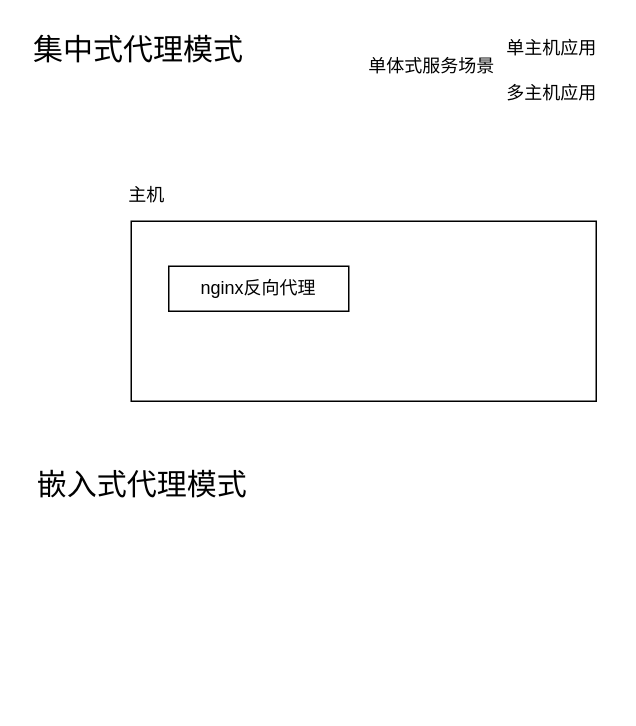
The draw.io diagram 未命名绘图.drawio in except-xu/draw.io, before the edit. Source tidied: cells renumbered, new cells numbered last; positions are measured from the earlier drawing's top-left corner, leaving out a move shared by most shapes. Both pictures are drawn from the tidied source at 150%, with x=0, y=0 at pixel (26, 26).
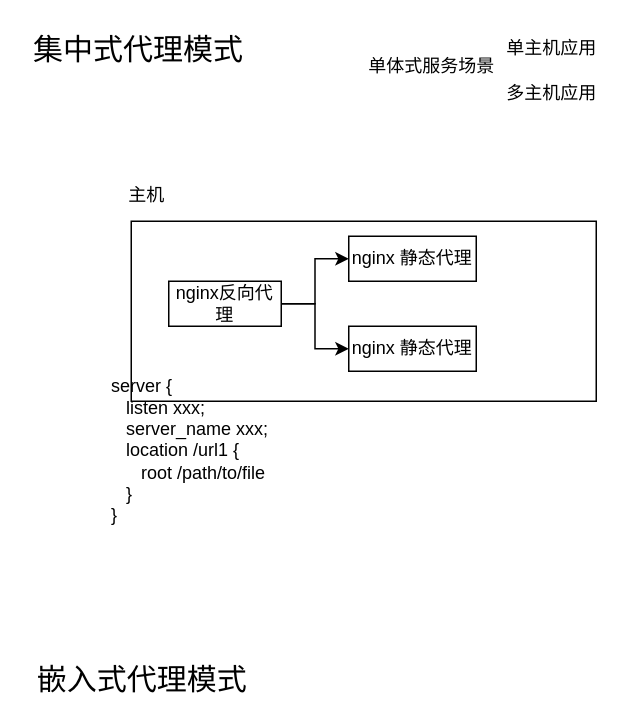
The same diagram, later.

Commit message (it also covers changes not shown here):
更新未命名绘图.drawio

What changed in the source:
```diff
@@
 <mxGraphModel>
   <root>
     <mxCell id="0" />
     <mxCell id="1" parent="0" />
     <mxCell id="2" value="&lt;div style=&quot;font-size: 20px;&quot;&gt;集中式代理模式&lt;/div&gt;" style="rounded=0;whiteSpace=wrap;html=1;labelBackgroundColor=default;strokeColor=none;opacity=0;fontSize=20;" parent="1" vertex="1">
       <mxGeometry width="150" height="30" as="geometry" />
     </mxCell>
     <mxCell id="3" value="&lt;div style=&quot;font-size: 20px;&quot;&gt;嵌入式代理模式&lt;/div&gt;" style="rounded=0;whiteSpace=wrap;html=1;labelBackgroundColor=default;strokeColor=none;opacity=0;" parent="1" vertex="1">
-      <mxGeometry y="290" width="155" height="30" as="geometry" />
+      <mxGeometry y="420" width="155" height="30" as="geometry" />
     </mxCell>
     <mxCell id="4" value="单体式服务场景" style="text;html=1;align=center;verticalAlign=middle;strokeColor=none;fillColor=none;" parent="1" vertex="1">
       <mxGeometry x="215" y="12" width="110" height="30" as="geometry" />
     </mxCell>
     <mxCell id="5" value="单主机应用" style="text;html=1;align=center;verticalAlign=middle;strokeColor=none;fillColor=none;" parent="1" vertex="1">
       <mxGeometry x="310" width="80" height="30" as="geometry" />
     </mxCell>
     <mxCell id="6" value="多主机应用" style="text;html=1;align=center;verticalAlign=middle;strokeColor=none;fillColor=none;" parent="1" vertex="1">
       <mxGeometry x="310" y="30" width="80" height="30" as="geometry" />
     </mxCell>
     <mxCell id="7" style="whiteSpace=wrap;html=1;" parent="1" vertex="1">
       <mxGeometry x="70" y="130" width="310" height="120" as="geometry" />
     </mxCell>
     <mxCell id="8" value="主机" style="text;html=1;align=center;verticalAlign=middle;strokeColor=none;fillColor=none;" parent="1" vertex="1">
       <mxGeometry x="55" y="98" width="50" height="30" as="geometry" />
     </mxCell>
+    <mxCell id="10" style="edgeStyle=orthogonalEdgeStyle;rounded=0;jettySize=auto;html=1;exitX=1;exitY=0.5;exitDx=0;exitDy=0;entryX=0;entryY=0.5;entryDx=0;entryDy=0;" parent="1" edge="1" source="9" target="12">
+      <mxGeometry relative="1" as="geometry" />
+    </mxCell>
+    <mxCell id="11" style="edgeStyle=orthogonalEdgeStyle;rounded=0;jettySize=auto;html=1;entryX=0;entryY=0.5;entryDx=0;entryDy=0;" parent="1" edge="1" source="9" target="13">
+      <mxGeometry relative="1" as="geometry" />
+    </mxCell>
     <mxCell id="9" value="nginx反向代理" style="rounded=0;whiteSpace=wrap;html=1;" parent="1" vertex="1">
-      <mxGeometry x="95" y="160" width="120" height="30" as="geometry" />
+      <mxGeometry x="95" y="170" width="75" height="30" as="geometry" />
     </mxCell>
+    <mxCell id="12" value="nginx 静态代理" style="rounded=0;whiteSpace=wrap;html=1;" parent="1" vertex="1">
+      <mxGeometry x="215" y="140" width="85" height="30" as="geometry" />
+    </mxCell>
+    <mxCell id="13" value="nginx 静态代理" style="rounded=0;whiteSpace=wrap;html=1;" parent="1" vertex="1">
+      <mxGeometry x="215" y="200" width="85" height="30" as="geometry" />
+    </mxCell>
+    <mxCell id="14" value="server {&lt;div&gt;&amp;nbsp; &amp;nbsp;listen xxx;&lt;/div&gt;&lt;div&gt;&amp;nbsp; &amp;nbsp;server_name xxx;&lt;/div&gt;&lt;div&gt;&amp;nbsp; &amp;nbsp;location /url1 {&lt;/div&gt;&lt;div&gt;&amp;nbsp; &amp;nbsp; &amp;nbsp; root /path/to/file&lt;/div&gt;&lt;div&gt;&lt;span style=&quot;background-color: initial;&quot;&gt;&amp;nbsp; &amp;nbsp;}&lt;/span&gt;&lt;br&gt;&lt;/div&gt;&lt;div&gt;}&lt;/div&gt;" style="text;html=1;align=left;verticalAlign=middle;strokeColor=none;fillColor=none;" parent="1" vertex="1">
+      <mxGeometry x="55" y="228" width="130" height="110" as="geometry" />
+    </mxCell>
   </root>
 </mxGraphModel>
```
